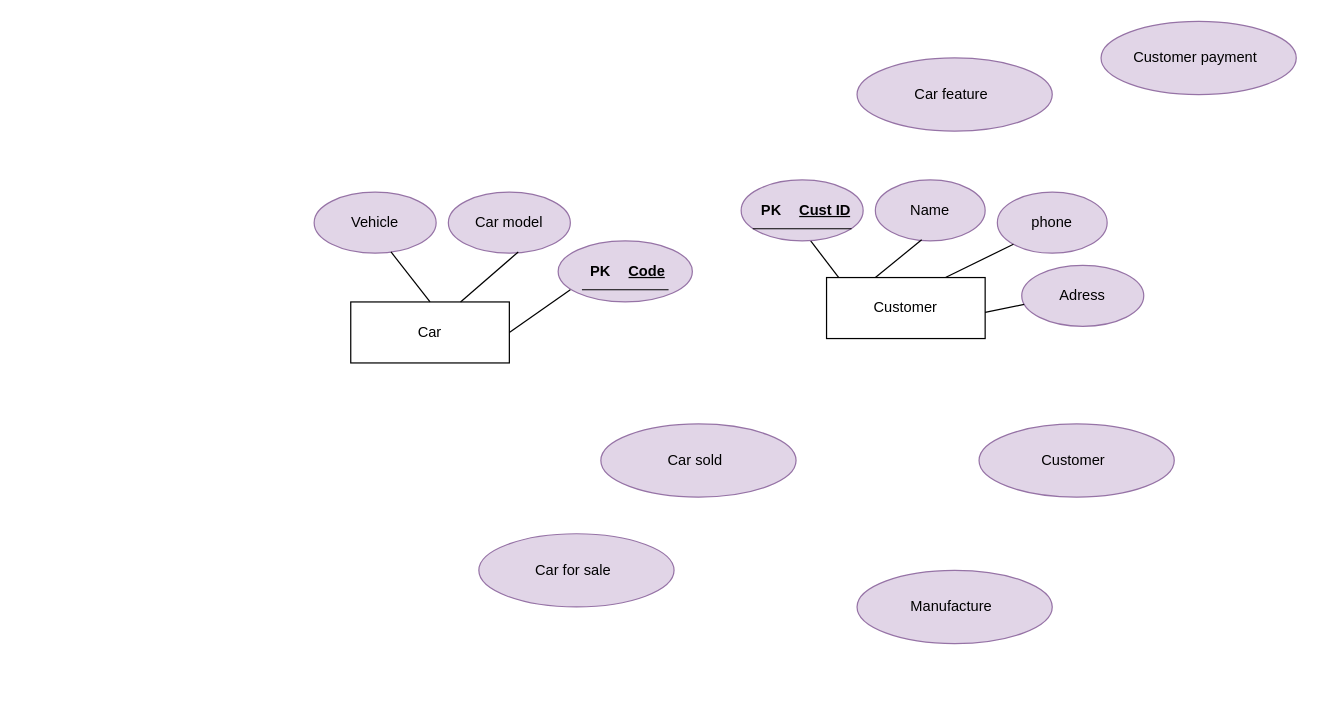
mawadaelmeshad/Car_Sales_Company keeps this draw.io diagram as ERD/Untitled Diagram.drawio. Above is the earlier version. Source tidied: cells renumbered, new cells numbered last; positions are measured from the earlier drawing's top-left corner, leaving out a move shared by most shapes. Both pictures are drawn from the tidied source at 122%, with x=0, y=0 at pixel (314, 21).
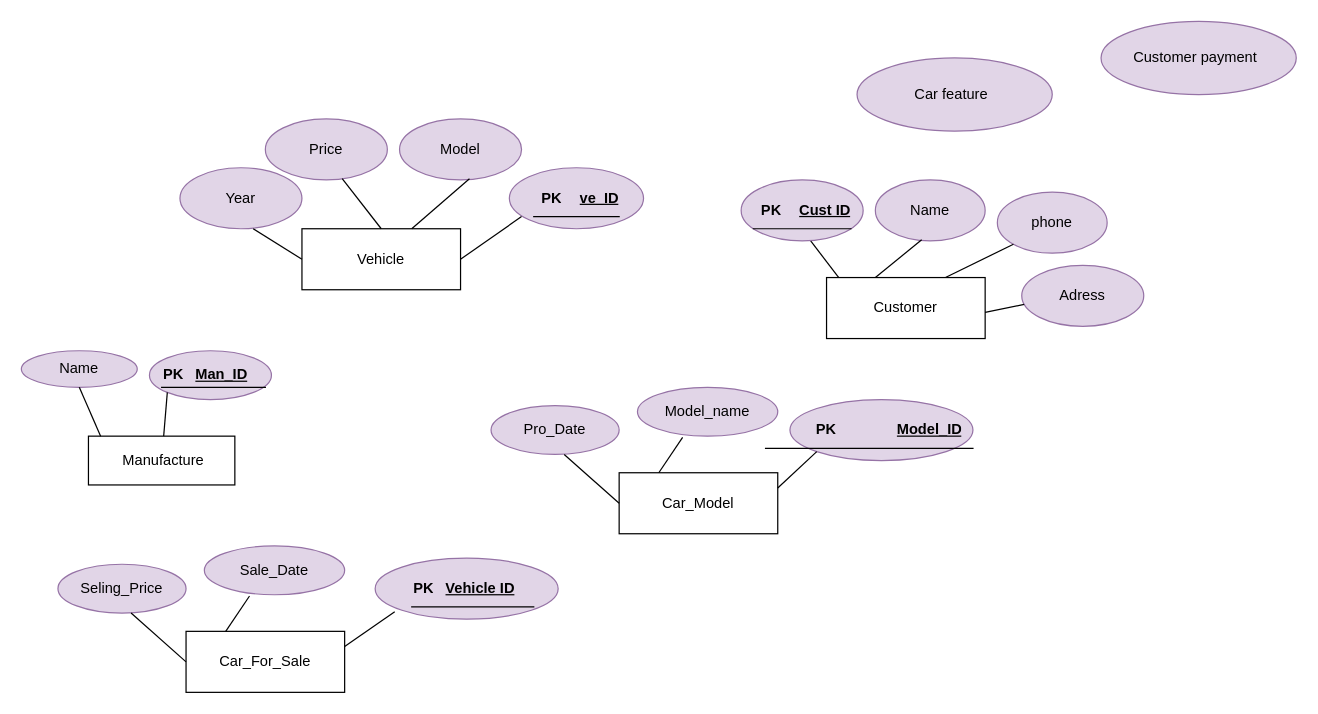
The same page after the edit.

The change refers to these unchanged cells:
```xml
<mxCell id="27" style="shape=tableRow;horizontal=0;startSize=0;swimlaneHead=0;swimlaneBody=0;fillColor=none;top=0;left=0;right=0;bottom=1;" parent="26" vertex="1">
  <mxGeometry width="70" height="30" as="geometry" />
</mxCell>
```

What changed in the source:
```diff
@@
-    <mxCell id="2" style="group;" parent="1" vertex="1">
-      <mxGeometry x="440" y="450" width="165" height="60" as="geometry" />
-    </mxCell>
-    <mxCell id="3" style="ellipse;whiteSpace=wrap;html=1;fillColor=#e1d5e7;strokeColor=#9673a6;" parent="2" vertex="1">
-      <mxGeometry x="5" width="160" height="60" as="geometry" />
-    </mxCell>
-    <mxCell id="4" value="Manufacture" style="text;strokeColor=none;align=center;fillColor=none;html=1;verticalAlign=middle;whiteSpace=wrap;rounded=0;" parent="2" vertex="1">
-      <mxGeometry y="13.8" width="165" height="32.5" as="geometry" />
-    </mxCell>
-    <mxCell id="5" style="group;" parent="1" vertex="1">
-      <mxGeometry x="130" y="420" width="165" height="60" as="geometry" />
-    </mxCell>
-    <mxCell id="6" style="ellipse;whiteSpace=wrap;html=1;fillColor=#e1d5e7;strokeColor=#9673a6;" parent="5" vertex="1">
-      <mxGeometry x="5" width="160" height="60" as="geometry" />
-    </mxCell>
-    <mxCell id="7" value=" Car for sale" style="text;strokeColor=none;align=center;fillColor=none;html=1;verticalAlign=middle;whiteSpace=wrap;rounded=0;" parent="5" vertex="1">
-      <mxGeometry y="13.8" width="165" height="32.5" as="geometry" />
-    </mxCell>
@@
-    <mxCell id="11" style="group;" parent="1" vertex="1">
-      <mxGeometry x="540" y="330" width="165" height="60" as="geometry" />
-    </mxCell>
-    <mxCell id="12" style="ellipse;whiteSpace=wrap;html=1;fillColor=#e1d5e7;strokeColor=#9673a6;" parent="11" vertex="1">
-      <mxGeometry x="5" width="160" height="60" as="geometry" />
-    </mxCell>
-    <mxCell id="13" value=" Customer" style="text;strokeColor=none;align=center;fillColor=none;html=1;verticalAlign=middle;whiteSpace=wrap;rounded=0;" parent="11" vertex="1">
-      <mxGeometry y="13.8" width="165" height="32.5" as="geometry" />
-    </mxCell>
-    <mxCell id="14" style="group;" parent="1" vertex="1">
-      <mxGeometry x="230" y="330" width="165" height="60" as="geometry" />
-    </mxCell>
-    <mxCell id="15" style="ellipse;whiteSpace=wrap;html=1;fillColor=#e1d5e7;strokeColor=#9673a6;" parent="14" vertex="1">
-      <mxGeometry x="5" width="160" height="60" as="geometry" />
-    </mxCell>
-    <mxCell id="16" value="  Car sold" style="text;strokeColor=none;align=center;fillColor=none;html=1;verticalAlign=middle;whiteSpace=wrap;rounded=0;" parent="14" vertex="1">
-      <mxGeometry y="13.8" width="165" height="32.5" as="geometry" />
-    </mxCell>
@@
-    <mxCell id="20" value="Car" style="rounded=0;whiteSpace=wrap;html=1;" parent="1" vertex="1">
-      <mxGeometry x="30" y="230" width="130" height="50" as="geometry" />
+    <mxCell id="20" value="Vehicle" style="rounded=0;whiteSpace=wrap;html=1;" parent="1" vertex="1">
+      <mxGeometry x="-10" y="170" width="130" height="50" as="geometry" />
     </mxCell>
-    <mxCell id="21" value="Car model" style="ellipse;whiteSpace=wrap;html=1;fillColor=#e1d5e7;strokeColor=#9673a6;" parent="1" vertex="1">
-      <mxGeometry x="110" y="140" width="100" height="50" as="geometry" />
+    <mxCell id="21" value="  Model    " style="ellipse;whiteSpace=wrap;html=1;fillColor=#e1d5e7;strokeColor=#9673a6;" parent="1" vertex="1">
+      <mxGeometry x="70" y="80" width="100" height="50" as="geometry" />
     </mxCell>
     <mxCell id="22" style="endArrow=none;html=1;rounded=0;entryX=0.573;entryY=0.98;entryDx=0;entryDy=0;entryPerimeter=0;" parent="1" edge="1" target="21">
       <mxGeometry relative="1" as="geometry">
-        <mxPoint x="120" y="230" as="sourcePoint" />
+        <mxPoint x="80" y="170" as="sourcePoint" />
       </mxGeometry>
     </mxCell>
-    <mxCell id="23" value="Vehicle" style="ellipse;whiteSpace=wrap;html=1;fillColor=#e1d5e7;strokeColor=#9673a6;" parent="1" vertex="1">
-      <mxGeometry y="140" width="100" height="50" as="geometry" />
+    <mxCell id="23" value=" Price   " style="ellipse;whiteSpace=wrap;html=1;fillColor=#e1d5e7;strokeColor=#9673a6;" parent="1" vertex="1">
+      <mxGeometry x="-40" y="80" width="100" height="50" as="geometry" />
     </mxCell>
     <mxCell id="24" style="endArrow=none;html=1;rounded=0;entryX=0.573;entryY=0.98;entryDx=0;entryDy=0;entryPerimeter=0;exitX=0.5;exitY=0;exitDx=0;exitDy=0;" parent="1" edge="1" source="20">
       <mxGeometry relative="1" as="geometry">
-        <mxPoint x="63" y="189" as="targetPoint" />
+        <mxPoint x="23" y="129" as="targetPoint" />
       </mxGeometry>
     </mxCell>
     <mxCell id="25" style="ellipse;whiteSpace=wrap;html=1;fillColor=#e1d5e7;strokeColor=#9673a6;" parent="1" vertex="1">
-      <mxGeometry x="200" y="180" width="110" height="50" as="geometry" />
+      <mxGeometry x="160" y="120" width="110" height="50" as="geometry" />
     </mxCell>
     <mxCell id="26" style="shape=table;startSize=0;childLayout=tableLayout;rowLines=0;fontStyle=0;align=center;strokeColor=none;fillColor=none;" parent="1" vertex="1">
-      <mxGeometry x="220" y="190" width="70" height="30" as="geometry" />
+      <mxGeometry x="180" y="130" width="70" height="30" as="geometry" />
     </mxCell>
@@
-    <mxCell id="29" value="Code" style="shape=partialRectangle;fillColor=none;top=0;left=0;bottom=0;right=0;align=left;spacingLeft=6;fontStyle=5;overflow=hidden;whiteSpace=wrap;html=1;" parent="27" vertex="1">
+    <mxCell id="29" value="ve_ID" style="shape=partialRectangle;fillColor=none;top=0;left=0;bottom=0;right=0;align=left;spacingLeft=6;fontStyle=5;overflow=hidden;whiteSpace=wrap;html=1;" parent="27" vertex="1">
       <mxGeometry x="30" width="40" height="30" as="geometry" />
     </mxCell>
     <mxCell id="30" style="endArrow=none;html=1;rounded=0;exitX=1;exitY=0.5;exitDx=0;exitDy=0;" parent="1" edge="1" source="20">
       <mxGeometry relative="1" as="geometry">
-        <mxPoint x="210" y="220" as="targetPoint" />
+        <mxPoint x="170" y="160" as="targetPoint" />
       </mxGeometry>
     </mxCell>
@@
+    <mxCell id="44" value="Year" style="ellipse;whiteSpace=wrap;html=1;fillColor=#e1d5e7;strokeColor=#9673a6;" parent="1" vertex="1">
+      <mxGeometry x="-110" y="120" width="100" height="50" as="geometry" />
+    </mxCell>
+    <mxCell id="45" style="endArrow=none;html=1;rounded=0;exitX=0;exitY=0.5;exitDx=0;exitDy=0;" parent="1" edge="1" source="20">
+      <mxGeometry relative="1" as="geometry">
+        <mxPoint x="-50" y="170" as="targetPoint" />
+      </mxGeometry>
+    </mxCell>
+    <mxCell id="4" value="&amp;nbsp;Manufacture" style="rounded=0;whiteSpace=wrap;html=1;" parent="1" vertex="1">
+      <mxGeometry x="-185" y="340" width="120" height="40" as="geometry" />
+    </mxCell>
+    <mxCell id="6" value="Name" style="ellipse;whiteSpace=wrap;html=1;fillColor=#e1d5e7;strokeColor=#9673a6;" parent="1" vertex="1">
+      <mxGeometry x="-240" y="270" width="95" height="30" as="geometry" />
+    </mxCell>
+    <mxCell id="46" style="endArrow=none;html=1;rounded=0;entryX=0.5;entryY=1;entryDx=0;entryDy=0;" parent="1" edge="1" target="6">
+      <mxGeometry relative="1" as="geometry">
+        <mxPoint x="-175" y="340" as="sourcePoint" />
+      </mxGeometry>
+    </mxCell>
+    <mxCell id="15" style="ellipse;whiteSpace=wrap;html=1;fillColor=#e1d5e7;strokeColor=#9673a6;" parent="1" vertex="1">
+      <mxGeometry x="-135" y="270" width="100" height="40" as="geometry" />
+    </mxCell>
+    <mxCell id="47" style="shape=table;startSize=0;childLayout=tableLayout;rowLines=0;fontStyle=0;align=center;strokeColor=none;fillColor=none;" parent="1" vertex="1">
+      <mxGeometry x="-125" y="280" width="85" height="20" as="geometry" />
+    </mxCell>
+    <mxCell id="48" style="shape=tableRow;horizontal=0;startSize=0;swimlaneHead=0;swimlaneBody=0;fillColor=none;top=0;left=0;right=0;bottom=1;" parent="47" vertex="1">
+      <mxGeometry width="85" height="20" as="geometry" />
+    </mxCell>
+    <mxCell id="49" value="PK" style="shape=partialRectangle;fillColor=none;top=0;left=0;bottom=0;right=0;fontStyle=1;overflow=hidden;whiteSpace=wrap;html=1;" parent="48" vertex="1">
+      <mxGeometry width="20" height="20" as="geometry" />
+    </mxCell>
+    <mxCell id="50" value="Man_ID" style="shape=partialRectangle;fillColor=none;top=0;left=0;bottom=0;right=0;align=left;spacingLeft=6;fontStyle=5;overflow=hidden;whiteSpace=wrap;html=1;" parent="48" vertex="1">
+      <mxGeometry x="20" width="65" height="20" as="geometry" />
+    </mxCell>
+    <mxCell id="51" style="endArrow=none;html=1;rounded=0;entryX=0;entryY=1;entryDx=0;entryDy=0;" parent="1" edge="1" source="4" target="15">
+      <mxGeometry relative="1" as="geometry" />
+    </mxCell>
+    <mxCell id="52" value="Car_Model" style="rounded=0;whiteSpace=wrap;html=1;" parent="1" vertex="1">
+      <mxGeometry x="250" y="370" width="130" height="50" as="geometry" />
+    </mxCell>
+    <mxCell id="3" value="Model_name" style="ellipse;whiteSpace=wrap;html=1;fillColor=#e1d5e7;strokeColor=#9673a6;" parent="1" vertex="1">
+      <mxGeometry x="265" y="300" width="115" height="40" as="geometry" />
+    </mxCell>
+    <mxCell id="12" style="ellipse;whiteSpace=wrap;html=1;fillColor=#e1d5e7;strokeColor=#9673a6;" parent="1" vertex="1">
+      <mxGeometry x="390" y="310" width="150" height="50" as="geometry" />
+    </mxCell>
+    <mxCell id="53" style="shape=table;startSize=0;childLayout=tableLayout;rowLines=0;fontStyle=0;align=center;strokeColor=none;fillColor=none;" parent="1" vertex="1">
+      <mxGeometry x="370" y="320" width="170" height="30" as="geometry" />
+    </mxCell>
+    <mxCell id="54" style="shape=tableRow;horizontal=0;startSize=0;swimlaneHead=0;swimlaneBody=0;fillColor=none;top=0;left=0;right=0;bottom=1;" parent="53" vertex="1">
+      <mxGeometry width="170" height="30" as="geometry" />
+    </mxCell>
+    <mxCell id="55" value="PK" style="shape=partialRectangle;fillColor=none;top=0;left=0;bottom=0;right=0;fontStyle=1;overflow=hidden;whiteSpace=wrap;html=1;" parent="54" vertex="1">
+      <mxGeometry width="100" height="30" as="geometry" />
+    </mxCell>
+    <mxCell id="56" value="Model_ID" style="shape=partialRectangle;fillColor=none;top=0;left=0;bottom=0;right=0;align=left;spacingLeft=6;fontStyle=5;overflow=hidden;whiteSpace=wrap;html=1;" parent="54" vertex="1">
+      <mxGeometry x="100" width="70" height="30" as="geometry" />
+    </mxCell>
+    <mxCell id="57" style="endArrow=none;html=1;rounded=0;exitX=0.25;exitY=0;exitDx=0;exitDy=0;entryX=0.322;entryY=1.025;entryDx=0;entryDy=0;entryPerimeter=0;" parent="1" edge="1" source="52" target="3">
+      <mxGeometry relative="1" as="geometry" />
+    </mxCell>
+    <mxCell id="58" style="endArrow=none;html=1;rounded=0;exitX=1;exitY=0.25;exitDx=0;exitDy=0;entryX=0;entryY=1;entryDx=0;entryDy=0;" parent="1" edge="1" source="52" target="12">
+      <mxGeometry relative="1" as="geometry" />
+    </mxCell>
+    <mxCell id="59" value="Pro_Date" style="ellipse;whiteSpace=wrap;html=1;fillColor=#e1d5e7;strokeColor=#9673a6;" parent="1" vertex="1">
+      <mxGeometry x="145" y="315" width="105" height="40" as="geometry" />
+    </mxCell>
+    <mxCell id="60" style="endArrow=none;html=1;rounded=0;exitX=0.571;exitY=1;exitDx=0;exitDy=0;exitPerimeter=0;entryX=0;entryY=0.5;entryDx=0;entryDy=0;" parent="1" edge="1" source="59" target="52">
+      <mxGeometry relative="1" as="geometry" />
+    </mxCell>
+    <mxCell id="61" value="Car_For_Sale" style="rounded=0;whiteSpace=wrap;html=1;" parent="1" vertex="1">
+      <mxGeometry x="-105" y="500" width="130" height="50" as="geometry" />
+    </mxCell>
+    <mxCell id="62" value="Sale_Date" style="ellipse;whiteSpace=wrap;html=1;fillColor=#e1d5e7;strokeColor=#9673a6;" parent="1" vertex="1">
+      <mxGeometry x="-90" y="430" width="115" height="40" as="geometry" />
+    </mxCell>
+    <mxCell id="63" style="ellipse;whiteSpace=wrap;html=1;fillColor=#e1d5e7;strokeColor=#9673a6;" parent="1" vertex="1">
+      <mxGeometry x="50" y="440" width="150" height="50" as="geometry" />
+    </mxCell>
+    <mxCell id="64" style="shape=table;startSize=0;childLayout=tableLayout;rowLines=0;fontStyle=0;align=center;strokeColor=none;fillColor=none;" parent="1" vertex="1">
+      <mxGeometry x="80" y="450" width="100" height="30" as="geometry" />
+    </mxCell>
+    <mxCell id="65" style="shape=tableRow;horizontal=0;startSize=0;swimlaneHead=0;swimlaneBody=0;fillColor=none;top=0;left=0;right=0;bottom=1;" parent="64" vertex="1">
+      <mxGeometry width="100" height="30" as="geometry" />
+    </mxCell>
+    <mxCell id="66" value="PK" style="shape=partialRectangle;fillColor=none;top=0;left=0;bottom=0;right=0;fontStyle=1;overflow=hidden;whiteSpace=wrap;html=1;" parent="65" vertex="1">
+      <mxGeometry width="20" height="30" as="geometry" />
+    </mxCell>
+    <mxCell id="67" value="Vehicle ID" style="shape=partialRectangle;fillColor=none;top=0;left=0;bottom=0;right=0;align=left;spacingLeft=6;fontStyle=5;overflow=hidden;whiteSpace=wrap;html=1;" parent="65" vertex="1">
+      <mxGeometry x="20" width="80" height="30" as="geometry" />
+    </mxCell>
+    <mxCell id="68" style="endArrow=none;html=1;rounded=0;exitX=0.25;exitY=0;exitDx=0;exitDy=0;entryX=0.322;entryY=1.025;entryDx=0;entryDy=0;entryPerimeter=0;" parent="1" edge="1" source="61" target="62">
+      <mxGeometry relative="1" as="geometry" />
+    </mxCell>
+    <mxCell id="69" style="endArrow=none;html=1;rounded=0;exitX=1;exitY=0.25;exitDx=0;exitDy=0;entryX=0.107;entryY=0.88;entryDx=0;entryDy=0;entryPerimeter=0;" parent="1" edge="1" source="61" target="63">
+      <mxGeometry relative="1" as="geometry" />
+    </mxCell>
+    <mxCell id="70" value="Seling_Price" style="ellipse;whiteSpace=wrap;html=1;fillColor=#e1d5e7;strokeColor=#9673a6;" parent="1" vertex="1">
+      <mxGeometry x="-210" y="445" width="105" height="40" as="geometry" />
+    </mxCell>
+    <mxCell id="71" style="endArrow=none;html=1;rounded=0;exitX=0.571;exitY=1;exitDx=0;exitDy=0;exitPerimeter=0;entryX=0;entryY=0.5;entryDx=0;entryDy=0;" parent="1" edge="1" source="70" target="61">
+      <mxGeometry relative="1" as="geometry" />
+    </mxCell>
```
